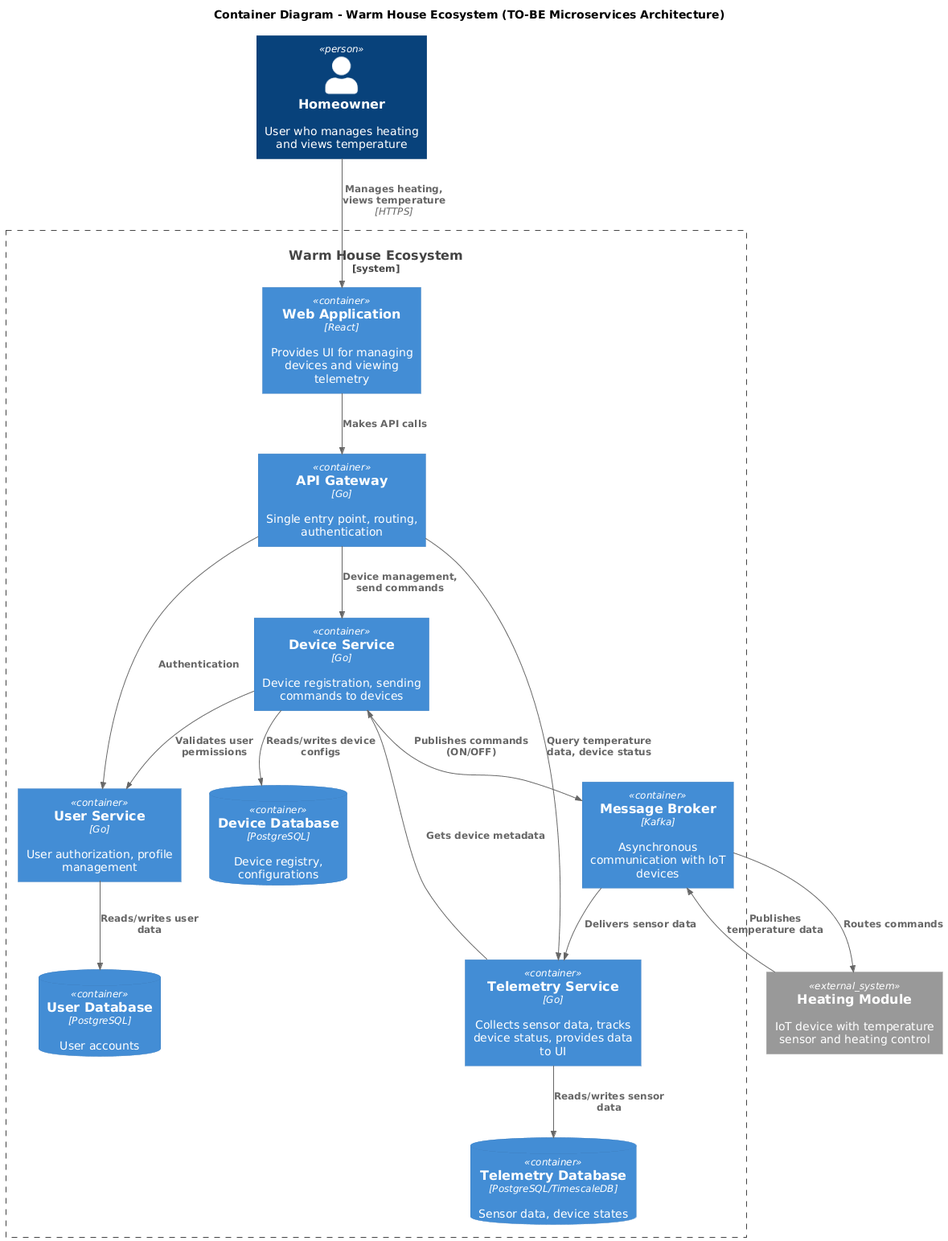
This is diagrams/c4-container-to-be.png from Toolnado/architecture-pro-warmhouse, a PlantUML export, as it was before one commit. Source of this version:
```plantuml
@startuml
!include https://raw.githubusercontent.com/plantuml-stdlib/C4-PlantUML/master/C4_Container.puml

title Container Diagram - Warm House Ecosystem (TO-BE Microservices Architecture)

Person(user, "Homeowner", "User who manages heating and views temperature")

System_Boundary(warmhouse, "Warm House Ecosystem") {
    Container(webui, "Web Application", "React", "Provides UI for managing devices and viewing telemetry")
    Container(api_gateway, "API Gateway", "Go", "Single entry point, routing, authentication")

    Container(user_service, "User Service", "Go", "User authorization, profile management")
    Container(device_service, "Device Service", "Go", "Device registration, sending commands to devices")
    Container(telemetry_service, "Telemetry Service", "Go", "Collects sensor data, tracks device status, provides data to UI")

    ContainerDb(user_db, "User Database", "PostgreSQL", "User accounts")
    ContainerDb(device_db, "Device Database", "PostgreSQL", "Device registry, configurations")
    ContainerDb(telemetry_db, "Telemetry Database", "PostgreSQL/TimescaleDB", "Sensor data, device states")

    Container(message_broker, "Message Broker", "Kafka", "Asynchronous communication with IoT devices")
}

System_Ext(heating_module, "Heating Module", "IoT device with temperature sensor and heating control")

Rel(user, webui, "Manages heating, views temperature", "HTTPS")

Rel(webui, api_gateway, "Makes API calls")

Rel(api_gateway, user_service, "Authentication")
Rel(api_gateway, device_service, "Device management, send commands")
Rel(api_gateway, telemetry_service, "Query temperature data, device status")

Rel(user_service, user_db, "Reads/writes user data")
Rel(device_service, device_db, "Reads/writes device configs")
Rel(telemetry_service, telemetry_db, "Reads/writes sensor data")

Rel(device_service, message_broker, "Publishes commands (ON/OFF)")
Rel(message_broker, heating_module, "Routes commands")
Rel(heating_module, message_broker, "Publishes temperature data")
Rel(message_broker, telemetry_service, "Delivers sensor data")

Rel(device_service, user_service, "Validates user permissions")
Rel(telemetry_service, device_service, "Gets device metadata")
@enduml
```
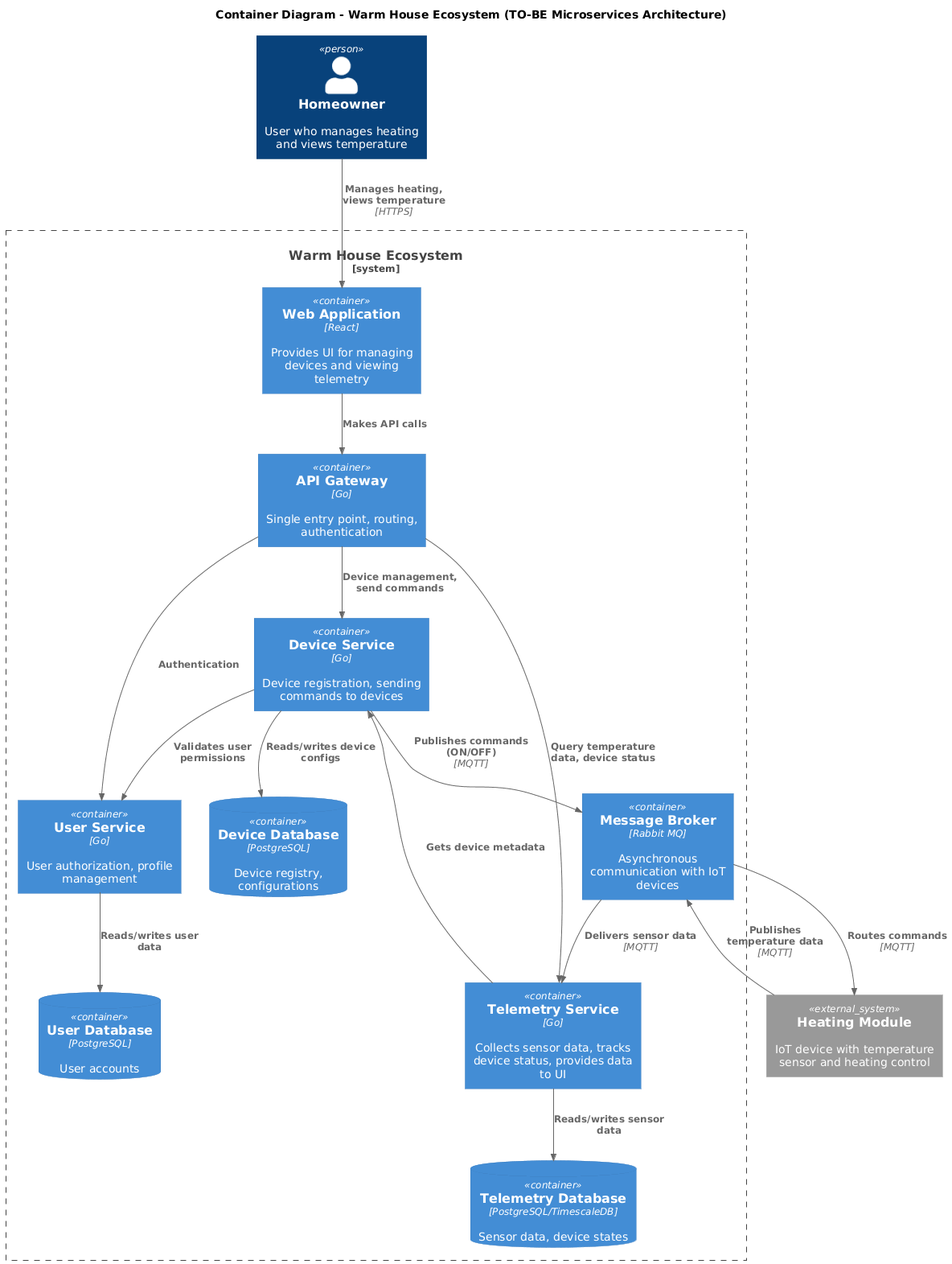
After the commit.

Commit message:
заменил кафку на RebbitMQ с протоколом MQTT

Diff of the diagram source:
```diff
@@ -17,7 +17,7 @@
     ContainerDb(device_db, "Device Database", "PostgreSQL", "Device registry, configurations")
     ContainerDb(telemetry_db, "Telemetry Database", "PostgreSQL/TimescaleDB", "Sensor data, device states")
 
-    Container(message_broker, "Message Broker", "Kafka", "Asynchronous communication with IoT devices")
+    Container(message_broker, "Message Broker", "Rabbit MQ", "Asynchronous communication with IoT devices")
 }
 
 System_Ext(heating_module, "Heating Module", "IoT device with temperature sensor and heating control")
@@ -34,10 +34,10 @@
 Rel(device_service, device_db, "Reads/writes device configs")
 Rel(telemetry_service, telemetry_db, "Reads/writes sensor data")
 
-Rel(device_service, message_broker, "Publishes commands (ON/OFF)")
-Rel(message_broker, heating_module, "Routes commands")
-Rel(heating_module, message_broker, "Publishes temperature data")
-Rel(message_broker, telemetry_service, "Delivers sensor data")
+Rel(device_service, message_broker, "Publishes commands (ON/OFF)", "MQTT")
+Rel(message_broker, heating_module, "Routes commands", "MQTT")
+Rel(heating_module, message_broker, "Publishes temperature data", "MQTT")
+Rel(message_broker, telemetry_service, "Delivers sensor data", "MQTT")
 
 Rel(device_service, user_service, "Validates user permissions")
 Rel(telemetry_service, device_service, "Gets device metadata")
```
